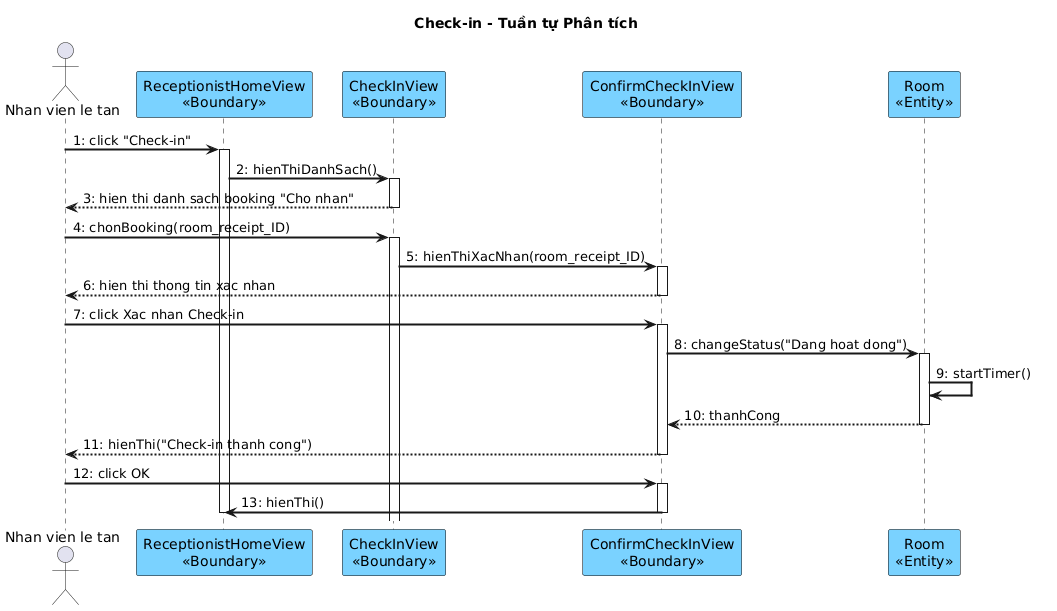
Before: output/diagrams/booking_aseq_checkin.png, a diagram exported from PlantUML (thanhtrnnn/cnpm).
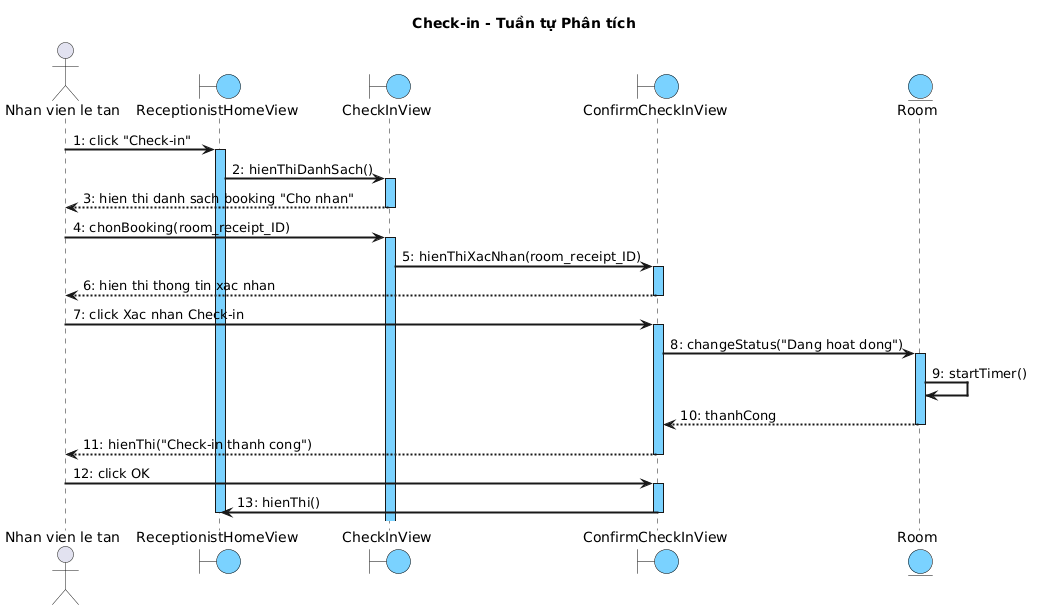
The same file after the commit.

Commit message:
fix: sequence diagrams - blue activation bars + boundary/entity circle symbols

Diff of the diagram source:
```diff
@@ -2,6 +2,7 @@
 skinparam shadowing false
 skinparam SequenceMessageAlign left
 skinparam SequenceArrowThickness 2
+skinparam SequenceLifeLineBackgroundColor #7AD2FF
 skinparam ParticipantBackgroundColor #7AD2FF
 skinparam ParticipantBorderColor black
 skinparam BoundaryBackgroundColor #7AD2FF
@@ -12,10 +13,10 @@
 title Check-in - Tuần tự Phân tích
 
 actor "Nhan vien le tan" as NV
-participant "ReceptionistHomeView\n<<Boundary>>" as Home
-participant "CheckInView\n<<Boundary>>" as CIV
-participant "ConfirmCheckInView\n<<Boundary>>" as CCV
-participant "Room\n<<Entity>>" as Room
+boundary "ReceptionistHomeView" as Home
+boundary "CheckInView" as CIV
+boundary "ConfirmCheckInView" as CCV
+entity "Room" as Room
 
 NV -> Home : 1: click "Check-in"
 activate Home
```
